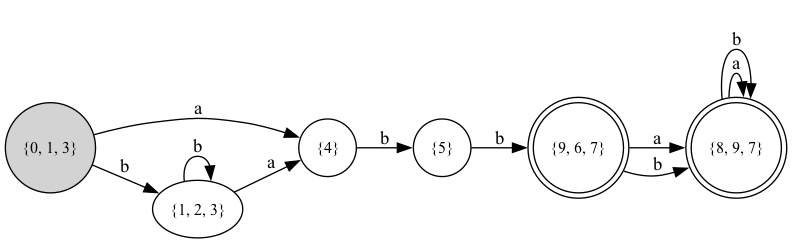
Above: pngs/dfa_graph.png in estebandonis/Proyecto1-TeoriaDeLaComputacion (Graphviz), before the change. Its source is kept beside it as pngs/dfa_graph.dot.
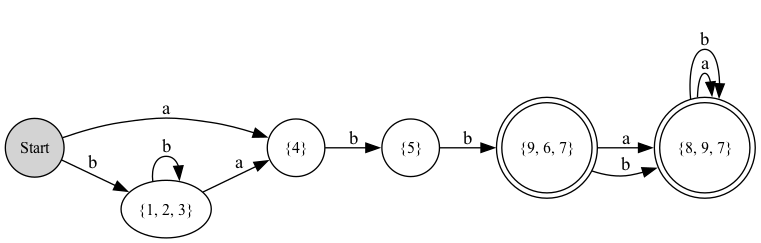
Later version of the same file.

Change to the diagram source:
```diff
@@ -1,64 +1,64 @@
 digraph G {
-	graph [bb="0,0,177.16,346.32",
+	graph [bb="0,0,165.35,344.62",
 		rankdir=LR
 	];
 	node [label="\N"];
-	"{0, 1, 3}"	[fontsize=12,
-		height=0.93979,
-		pos="33.833,33.833",
+	Start	[fontsize=12,
+		height=0.61168,
+		pos="22.02,32.136",
 		shape=circle,
 		style=filled,
-		width=0.93979];
+		width=0.61168];
 	"{4}"	[fontsize=12,
 		height=0.6,
-		pos="78.694,91.762",
+		pos="66.882,90.066",
 		width=0.6];
-	"{0, 1, 3}" -> "{4}"	[label=a,
-		lp="53.53,71.392",
-		pos="e,65.192,74.328 54.687,60.762 55.914,62.347 57.148,63.939 58.372,65.521"];
+	Start -> "{4}"	[label=a,
+		lp="38.192,65.143",
+		pos="e,53.57,72.877 35.724,49.832 39.178,54.293 42.96,59.176 46.661,63.955"];
 	"{1, 2, 3}"	[fontsize=12,
 		height=0.6,
-		pos="104.66,23.296",
+		pos="92.849,21.6",
 		width=0.93979];
-	"{0, 1, 3}" -> "{1, 2, 3}"	[label=b,
-		lp="71.203,37.025",
-		pos="e,71.437,28.238 67.587,28.811 67.748,28.787 67.908,28.764 68.068,28.74"];
+	Start -> "{1, 2, 3}"	[label=b,
+		lp="49.515,36.798",
+		pos="e,59.398,26.576 44.043,28.86 45.413,28.657 46.815,28.448 48.238,28.236"];
 	"{5}"	[fontsize=12,
 		height=0.6,
-		pos="90.449,164.33",
+		pos="78.637,162.64",
 		width=0.6];
 	"{4}" -> "{5}"	[label=b,
-		lp="80.285,130.67",
-		pos="e,86.925,142.58 82.221,113.54 83.128,119.13 84.124,125.28 85.1,131.31"];
+		lp="68.473,128.98",
+		pos="e,75.113,140.88 70.409,111.84 71.315,117.44 72.311,123.59 73.288,129.61"];
 	"{1, 2, 3}" -> "{4}"	[label=a,
-		lp="90.575,60.775",
-		pos="e,86.496,71.191 96.587,44.584 94.678,49.618 92.602,55.091 90.564,60.466"];
+		lp="78.763,59.079",
+		pos="e,74.684,69.495 84.775,42.888 82.865,47.922 80.79,53.395 78.751,58.77"];
 	"{1, 2, 3}" -> "{1, 2, 3}"	[label=b,
-		lp="159.87,23.296",
-		pos="e,137.31,16.547 137.31,30.046 147.99,30.011 156.49,27.761 156.49,23.296 156.49,20.575 153.34,18.677 148.45,17.601"];
+		lp="148.06,21.6",
+		pos="e,125.5,14.85 125.5,28.35 136.18,28.315 144.68,26.065 144.68,21.6 144.68,18.879 141.52,16.981 136.64,15.905"];
 	"{9, 6, 7}"	[fontsize=12,
 		height=1.0509,
-		pos="99.59,236.24",
+		pos="87.777,234.54",
 		shape=doublecircle,
 		width=1.0509];
 	"{5}" -> "{9, 6, 7}"	[label=b,
-		lp="89.888,194.72",
-		pos="e,94.782,198.42 93.192,185.91 93.239,186.28 93.287,186.65 93.335,187.03"];
+		lp="78.076,193.02",
+		pos="e,82.97,196.72 81.379,184.21 81.427,184.58 81.474,184.96 81.522,185.34"];
 	"{8, 9, 7}"	[fontsize=12,
 		height=1.0509,
-		pos="96.582,308.48",
+		pos="84.769,306.79",
 		shape=doublecircle,
 		width=1.0509];
 	"{9, 6, 7}" -> "{8, 9, 7}"	[label=a,
-		lp="88.289,265.2",
-		pos="e,91.278,273.76 91.292,273.35 91.29,273.42 91.287,273.49 91.285,273.56"];
+		lp="76.476,263.51",
+		pos="e,79.466,272.07 79.48,271.65 79.478,271.72 79.475,271.79 79.473,271.86"];
 	"{9, 6, 7}" -> "{8, 9, 7}"	[label=b,
-		lp="101.39,282.26",
-		pos="e,104.75,274.32 104.77,273.91 104.77,273.98 104.77,274.05 104.76,274.12"];
+		lp="89.581,280.57",
+		pos="e,92.941,272.63 92.961,272.21 92.958,272.28 92.954,272.35 92.951,272.42"];
 	"{8, 9, 7}" -> "{8, 9, 7}"	[label=a,
-		lp="155.41,308.48",
-		pos="e,134.68,305.14 134.68,311.83 144.77,311.64 152.41,310.52 152.41,308.48 152.41,307.34 150,306.48 146.08,305.92"];
+		lp="143.6,306.79",
+		pos="e,122.87,303.44 122.87,310.13 132.96,309.94 140.6,308.83 140.6,306.79 140.6,305.64 138.18,304.79 134.27,304.22"];
 	"{8, 9, 7}" -> "{8, 9, 7}"	[label=b,
-		lp="173.79,308.48",
-		pos="e,134.19,301.95 134.19,315.02 153.29,315.97 170.41,313.79 170.41,308.48 170.41,304.25 159.54,302.01 145.46,301.76"];
+		lp="161.98,306.79",
+		pos="e,122.38,300.26 122.38,313.32 141.48,314.27 158.6,312.1 158.6,306.79 158.6,302.56 147.73,300.32 133.65,300.06"];
 }
```
